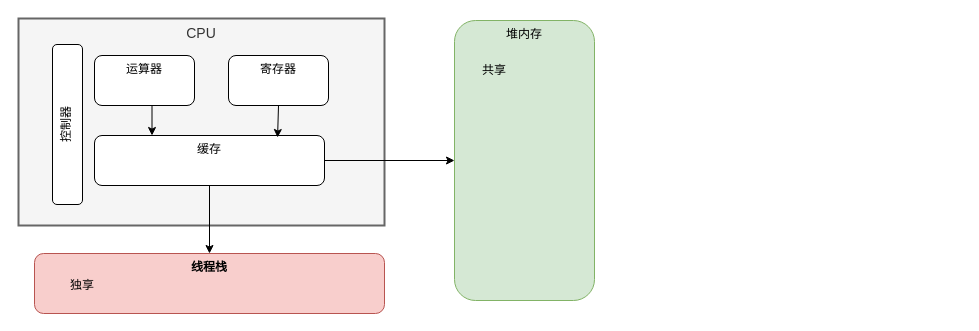
Above: java线程特性.drawio in JamethCook/drowView (draw.io), before the change. Source tidied: cells renumbered, new cells numbered last; positions are measured from the earlier drawing's top-left corner, leaving out a move shared by most shapes. Both pictures are drawn from the tidied source at 100%, with x=0, y=0 at pixel (18, 18).
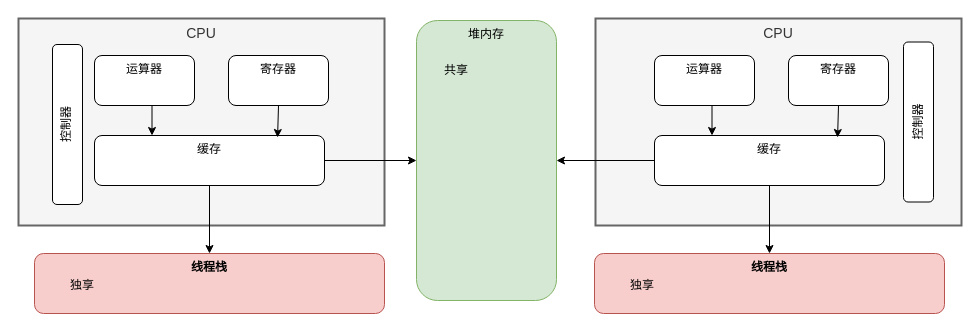
Above is the later version.

Commit message:
更新java线程特性.drawio

What changed in the source:
```diff
@@
     <mxCell id="4" value="堆内存" style="rounded=1;whiteSpace=wrap;html=1;verticalAlign=top;fillColor=#d5e8d4;strokeColor=#82b366;" parent="1" vertex="1">
-      <mxGeometry x="436" y="2" width="140" height="280" as="geometry" />
+      <mxGeometry x="398" y="2" width="140" height="280" as="geometry" />
     </mxCell>
@@
     <mxCell id="14" value="共享" style="text;html=1;align=center;verticalAlign=middle;whiteSpace=wrap;rounded=0;" parent="1" vertex="1">
-      <mxGeometry x="446" y="37" width="60" height="30" as="geometry" />
+      <mxGeometry x="408" y="37" width="60" height="30" as="geometry" />
     </mxCell>
+    <mxCell id="15" value="CPU" style="rounded=0;whiteSpace=wrap;html=1;strokeWidth=2;fontSize=14;verticalAlign=top;fillColor=#f5f5f5;fontColor=#333333;strokeColor=#666666;" parent="1" vertex="1">
+      <mxGeometry x="577" width="366" height="207" as="geometry" />
+    </mxCell>
+    <mxCell id="16" value="线程栈" style="rounded=1;whiteSpace=wrap;html=1;verticalAlign=top;fontStyle=1;fillColor=#f8cecc;strokeColor=#b85450;" parent="1" vertex="1">
+      <mxGeometry x="576" y="235" width="350" height="60" as="geometry" />
+    </mxCell>
+    <mxCell id="17" style="edgeStyle=orthogonalEdgeStyle;rounded=0;jettySize=auto;html=1;" parent="1" edge="1" source="19" target="16">
+      <mxGeometry relative="1" as="geometry" />
+    </mxCell>
+    <mxCell id="18" style="edgeStyle=orthogonalEdgeStyle;rounded=0;jettySize=auto;html=1;entryX=1;entryY=0.5;entryDx=0;entryDy=0;" parent="1" edge="1" source="19" target="4">
+      <mxGeometry relative="1" as="geometry" />
+    </mxCell>
+    <mxCell id="19" value="缓存" style="rounded=1;whiteSpace=wrap;html=1;verticalAlign=top;" parent="1" vertex="1">
+      <mxGeometry x="636" y="117" width="230" height="50" as="geometry" />
+    </mxCell>
+    <mxCell id="20" style="edgeStyle=orthogonalEdgeStyle;rounded=0;jettySize=auto;html=1;exitX=0.5;exitY=1;exitDx=0;exitDy=0;entryX=0.25;entryY=0;entryDx=0;entryDy=0;" parent="1" edge="1" source="21" target="19">
+      <mxGeometry relative="1" as="geometry" />
+    </mxCell>
+    <mxCell id="21" value="运算器" style="rounded=1;whiteSpace=wrap;html=1;verticalAlign=top;" parent="1" vertex="1">
+      <mxGeometry x="636" y="37" width="100" height="50" as="geometry" />
+    </mxCell>
+    <mxCell id="22" value="寄存器" style="rounded=1;whiteSpace=wrap;html=1;verticalAlign=top;" parent="1" vertex="1">
+      <mxGeometry x="770" y="37" width="100" height="50" as="geometry" />
+    </mxCell>
+    <mxCell id="23" style="edgeStyle=orthogonalEdgeStyle;rounded=0;jettySize=auto;html=1;exitX=0.5;exitY=1;exitDx=0;exitDy=0;entryX=0.796;entryY=0.04;entryDx=0;entryDy=0;entryPerimeter=0;" parent="1" edge="1" source="22" target="19">
+      <mxGeometry relative="1" as="geometry" />
+    </mxCell>
+    <mxCell id="24" value="控制器" style="rounded=1;whiteSpace=wrap;html=1;verticalAlign=top;horizontal=0;" parent="1" vertex="1">
+      <mxGeometry x="885" y="23.5" width="30" height="160" as="geometry" />
+    </mxCell>
+    <mxCell id="25" value="独享" style="text;html=1;align=center;verticalAlign=middle;whiteSpace=wrap;rounded=0;" parent="1" vertex="1">
+      <mxGeometry x="594" y="252" width="60" height="30" as="geometry" />
+    </mxCell>
```
